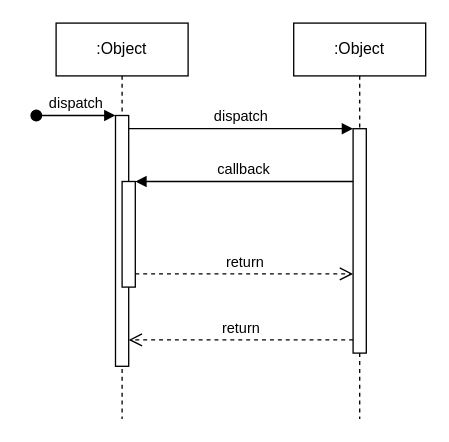
Before: Untitled Diagram.drawio in vulnerable9/vulnerable9, a draw.io diagram. Source tidied: cells renumbered, new cells numbered last; positions are measured from the earlier drawing's top-left corner, leaving out a move shared by most shapes. Both pictures are drawn from the tidied source at 132%, with x=0, y=0 at pixel (36, 22).
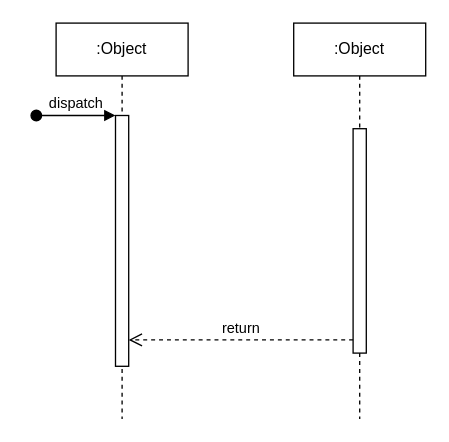
The same page after the edit.

Diff of the diagram source:
```diff
@@
 <mxGraphModel>
   <root>
     <mxCell id="0" />
     <mxCell id="1" parent="0" />
     <mxCell id="2" value=":Object" style="shape=umlLifeline;perimeter=lifelinePerimeter;whiteSpace=wrap;html=1;newEdgeStyle={&quot;edgeStyle&quot;:&quot;elbowEdgeStyle&quot;,&quot;elbow&quot;:&quot;vertical&quot;,&quot;curved&quot;:0,&quot;rounded&quot;:0};" parent="1" vertex="1">
       <mxGeometry x="15" width="100" height="300" as="geometry" />
     </mxCell>
     <mxCell id="3" style="html=1;points=[];perimeter=orthogonalPerimeter;outlineConnect=0;targetShapes=umlLifeline;portConstraint=eastwest;newEdgeStyle={&quot;edgeStyle&quot;:&quot;elbowEdgeStyle&quot;,&quot;elbow&quot;:&quot;vertical&quot;,&quot;curved&quot;:0,&quot;rounded&quot;:0};" parent="2" vertex="1">
       <mxGeometry x="45" y="70" width="10" height="190" as="geometry" />
     </mxCell>
     <mxCell id="4" value="dispatch" style="html=1;verticalAlign=bottom;startArrow=oval;endArrow=block;startSize=8;edgeStyle=elbowEdgeStyle;elbow=vertical;curved=0;rounded=0;" parent="2" edge="1" target="3">
       <mxGeometry relative="1" as="geometry">
         <mxPoint x="-15" y="70" as="sourcePoint" />
       </mxGeometry>
     </mxCell>
-    <mxCell id="5" style="html=1;points=[];perimeter=orthogonalPerimeter;outlineConnect=0;targetShapes=umlLifeline;portConstraint=eastwest;newEdgeStyle={&quot;edgeStyle&quot;:&quot;elbowEdgeStyle&quot;,&quot;elbow&quot;:&quot;vertical&quot;,&quot;curved&quot;:0,&quot;rounded&quot;:0};" parent="2" vertex="1">
-      <mxGeometry x="50" y="120" width="10" height="80" as="geometry" />
-    </mxCell>
     <mxCell id="6" value=":Object" style="shape=umlLifeline;perimeter=lifelinePerimeter;whiteSpace=wrap;html=1;newEdgeStyle={&quot;edgeStyle&quot;:&quot;elbowEdgeStyle&quot;,&quot;elbow&quot;:&quot;vertical&quot;,&quot;curved&quot;:0,&quot;rounded&quot;:0};" parent="1" vertex="1">
       <mxGeometry x="195" width="100" height="300" as="geometry" />
     </mxCell>
     <mxCell id="7" style="html=1;points=[];perimeter=orthogonalPerimeter;outlineConnect=0;targetShapes=umlLifeline;portConstraint=eastwest;newEdgeStyle={&quot;edgeStyle&quot;:&quot;elbowEdgeStyle&quot;,&quot;elbow&quot;:&quot;vertical&quot;,&quot;curved&quot;:0,&quot;rounded&quot;:0};" parent="6" vertex="1">
       <mxGeometry x="45" y="80" width="10" height="170" as="geometry" />
     </mxCell>
-    <mxCell id="8" value="dispatch" style="html=1;verticalAlign=bottom;endArrow=block;edgeStyle=elbowEdgeStyle;elbow=vertical;curved=0;rounded=0;" parent="1" edge="1" source="3" target="7">
-      <mxGeometry relative="1" as="geometry">
-        <Array as="points">
-          <mxPoint x="155" y="80" />
-        </Array>
-      </mxGeometry>
-    </mxCell>
     <mxCell id="9" value="return" style="html=1;verticalAlign=bottom;endArrow=open;dashed=1;endSize=8;edgeStyle=elbowEdgeStyle;elbow=vertical;curved=0;rounded=0;" parent="1" edge="1" source="7" target="3">
       <mxGeometry relative="1" as="geometry">
         <Array as="points">
           <mxPoint x="165" y="240" />
         </Array>
       </mxGeometry>
     </mxCell>
-    <mxCell id="10" value="callback" style="html=1;verticalAlign=bottom;endArrow=block;edgeStyle=elbowEdgeStyle;elbow=vertical;curved=0;rounded=0;" parent="1" edge="1" source="7" target="5">
-      <mxGeometry relative="1" as="geometry">
-        <Array as="points">
-          <mxPoint x="165" y="120" />
-        </Array>
-      </mxGeometry>
-    </mxCell>
-    <mxCell id="11" value="return" style="html=1;verticalAlign=bottom;endArrow=open;dashed=1;endSize=8;edgeStyle=elbowEdgeStyle;elbow=vertical;curved=0;rounded=0;" parent="1" edge="1" source="5" target="7">
-      <mxGeometry relative="1" as="geometry">
-        <Array as="points">
-          <mxPoint x="155" y="190" />
-        </Array>
-      </mxGeometry>
-    </mxCell>
   </root>
 </mxGraphModel>
```
